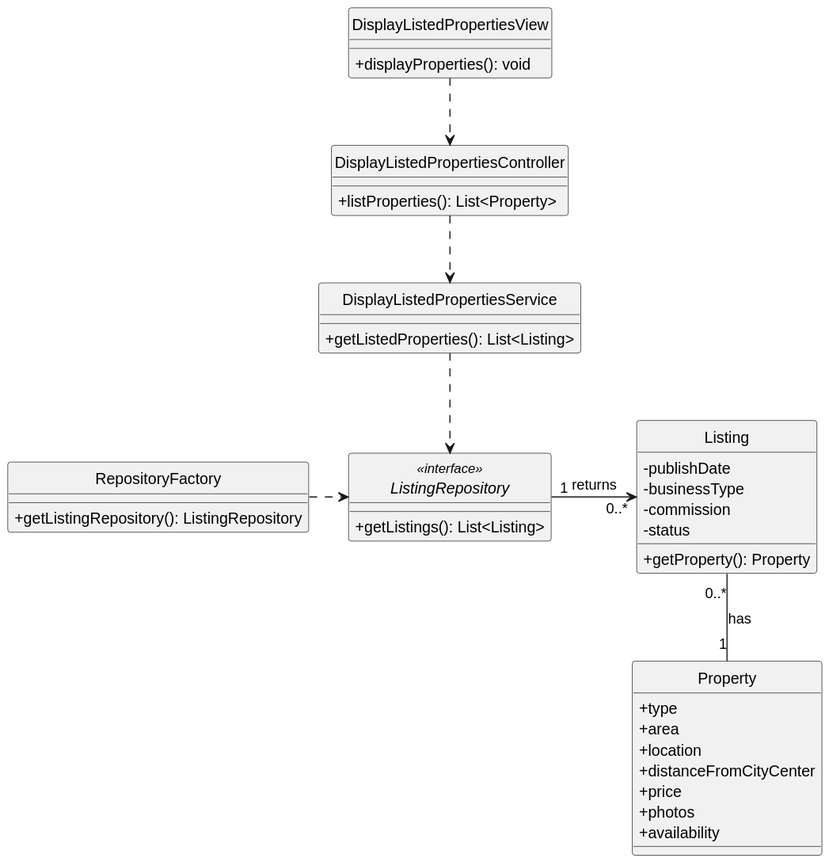
This is docs/Sprint4/US20/US20-CD.svg from goncalomaia18/leti-esoft-24-25-A2, a PlantUML export, as it was before one commit.
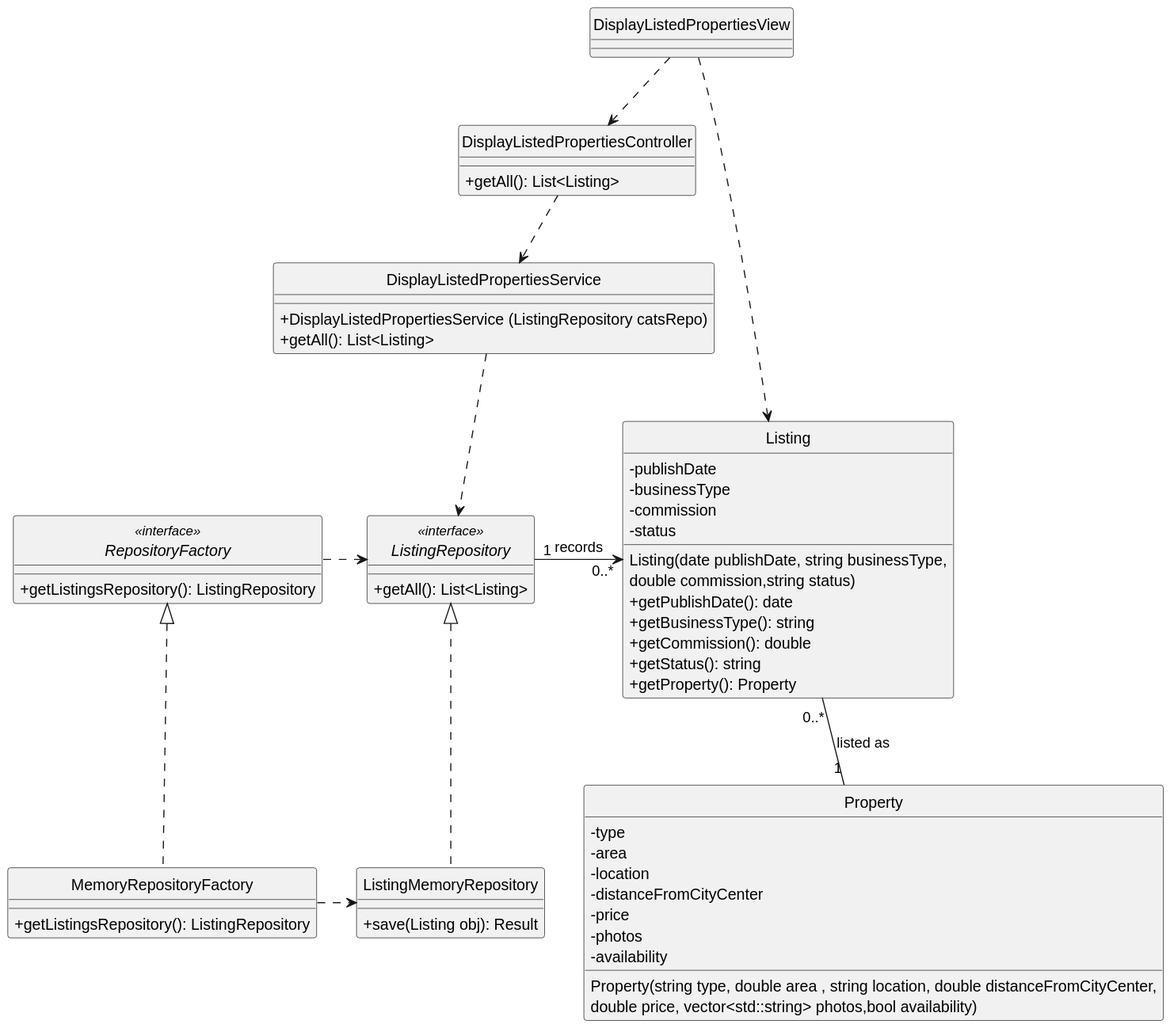
Later version of the same file.

Change to the diagram source:
```diff
@@ -3,19 +3,19 @@
 skinparam classAttributeIconSize 0
 
 class DisplayListedPropertiesView {
-  +displayProperties(): void
 }
 
 class DisplayListedPropertiesController {
-  +listProperties(): List<Property>
+  +getAll(): List<Listing>
 }
 
 class DisplayListedPropertiesService {
-  +getListedProperties(): List<Listing>
+  + DisplayListedPropertiesService (ListingRepository catsRepo)
+  +getAll(): List<Listing>
 }
 
 interface ListingRepository <<interface>> {
-  +getListings(): List<Listing>
+  +getAll(): List<Listing>
 }
 
 
@@ -24,27 +24,49 @@
   -businessType
   -commission
   -status
+  Listing(date publishDate, string businessType,
+ double commission,string status)
+  +getPublishDate(): date
+  +getBusinessType(): string
+  +getCommission(): double
+  +getStatus(): string
   +getProperty(): Property
 }
 
-class RepositoryFactory{
-  +getListingRepository(): ListingRepository
+interface RepositoryFactory <<interface>>{
+  +getListingsRepository(): ListingRepository
 }
 class Property {
-    +type
-    +area
-    +location
-    +distanceFromCityCenter
-    +price
-    +photos
-    +availability
+    -type
+    -area
+    -location
+    -distanceFromCityCenter
+    -price
+    -photos
+    -availability
+
+Property(string type, double area , string location, double distanceFromCityCenter,
+double price, vector<std::string> photos,bool availability)
+}
+class ListingMemoryRepository {
++ save(Listing obj): Result
 }
 
+class MemoryRepositoryFactory {
++ getListingsRepository(): ListingRepository
+}
 
-ListingRepository "1" -right-> "0..*" Listing:  returns
-Property "1" -up- "0..*" Listing : has
+ListingMemoryRepository .up.|> ListingRepository
+MemoryRepositoryFactory .up.|> RepositoryFactory
+
+MemoryRepositoryFactory .right.> ListingMemoryRepository
+
+
+ListingRepository "1" -right-> "0..*" Listing:  records
+Property "1" -up- "0..*" Listing : listed as
 DisplayListedPropertiesView ..> DisplayListedPropertiesController
 DisplayListedPropertiesController ..> DisplayListedPropertiesService
 DisplayListedPropertiesService ..> ListingRepository
 RepositoryFactory .right.> ListingRepository
+DisplayListedPropertiesView ..> Listing
 @enduml
```
